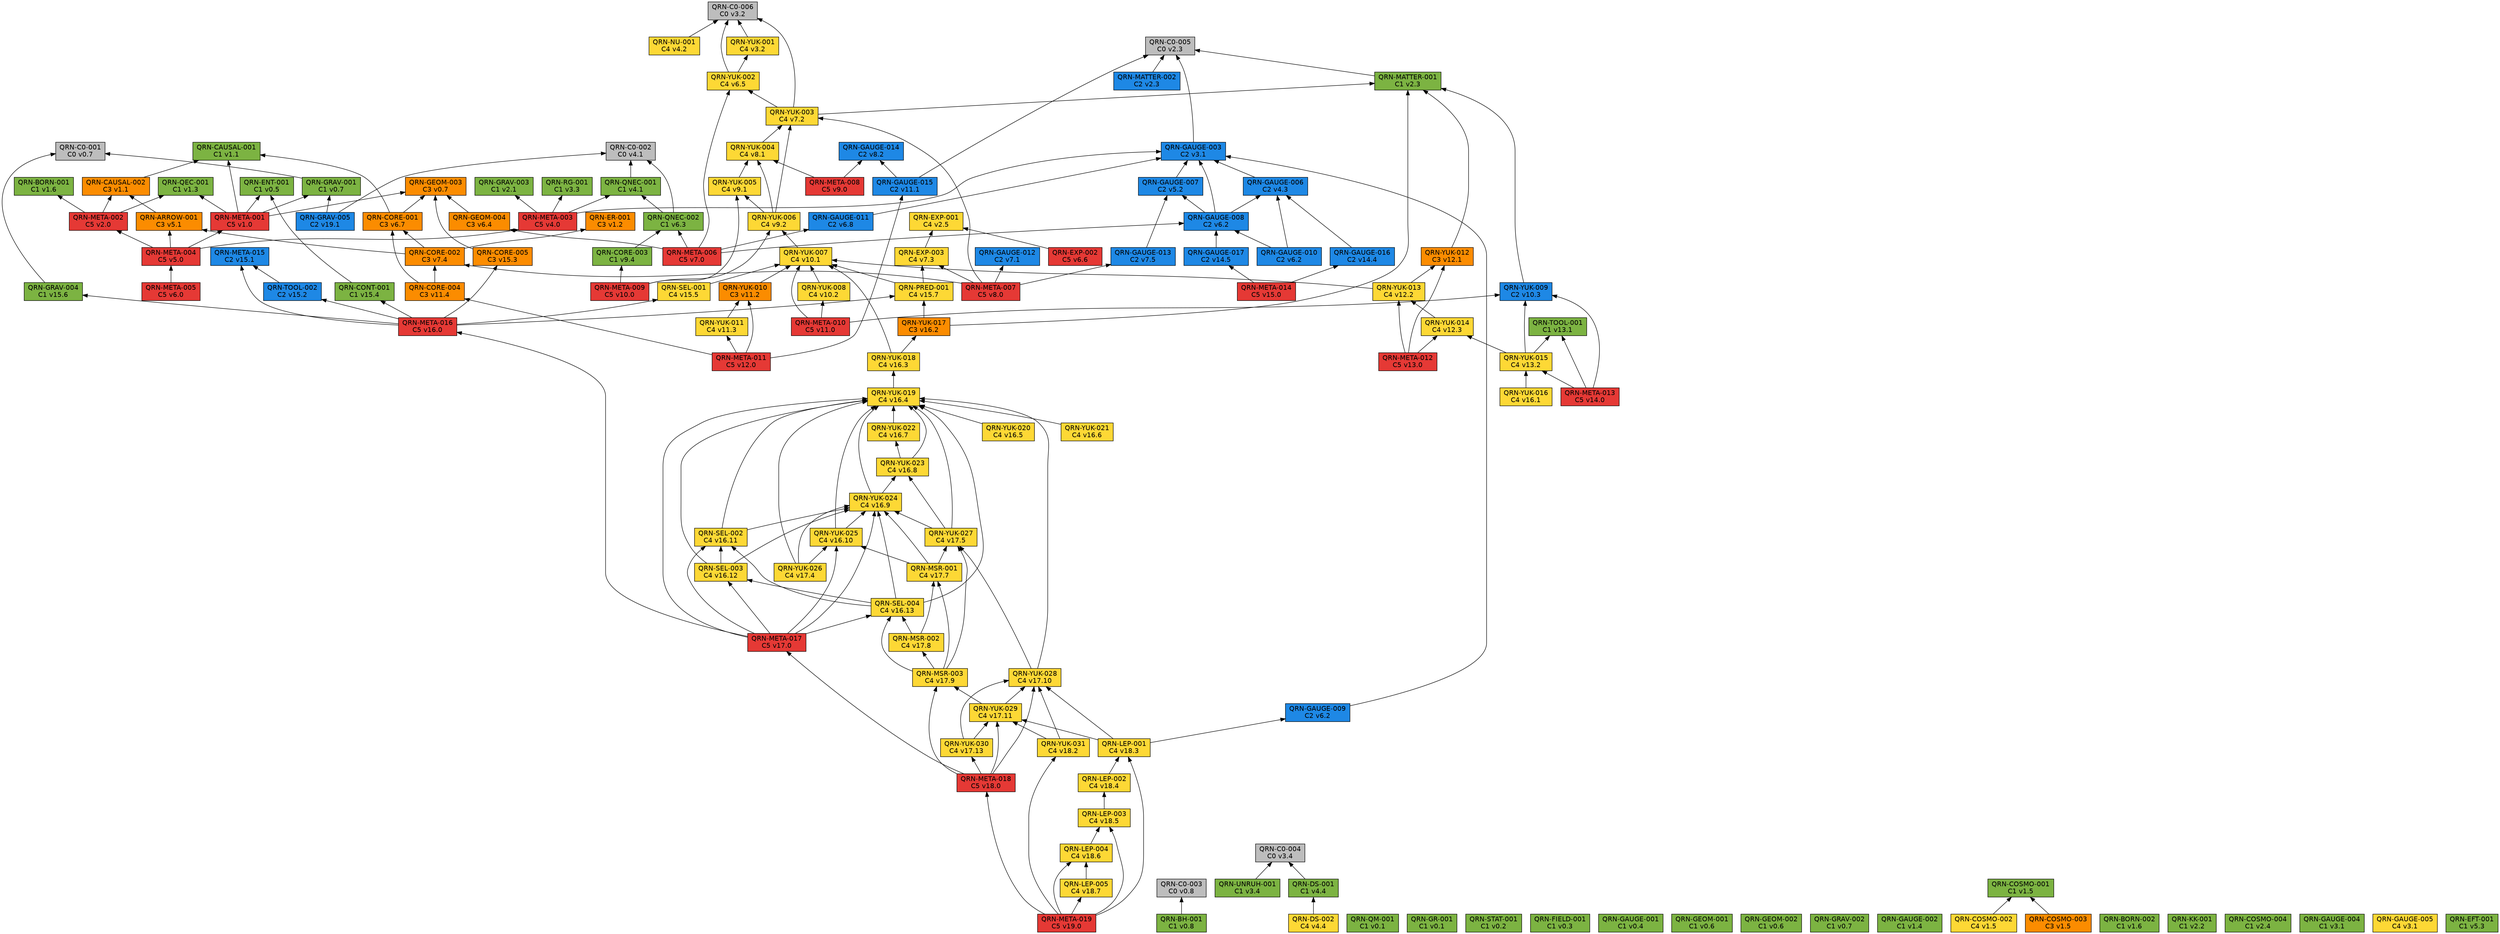
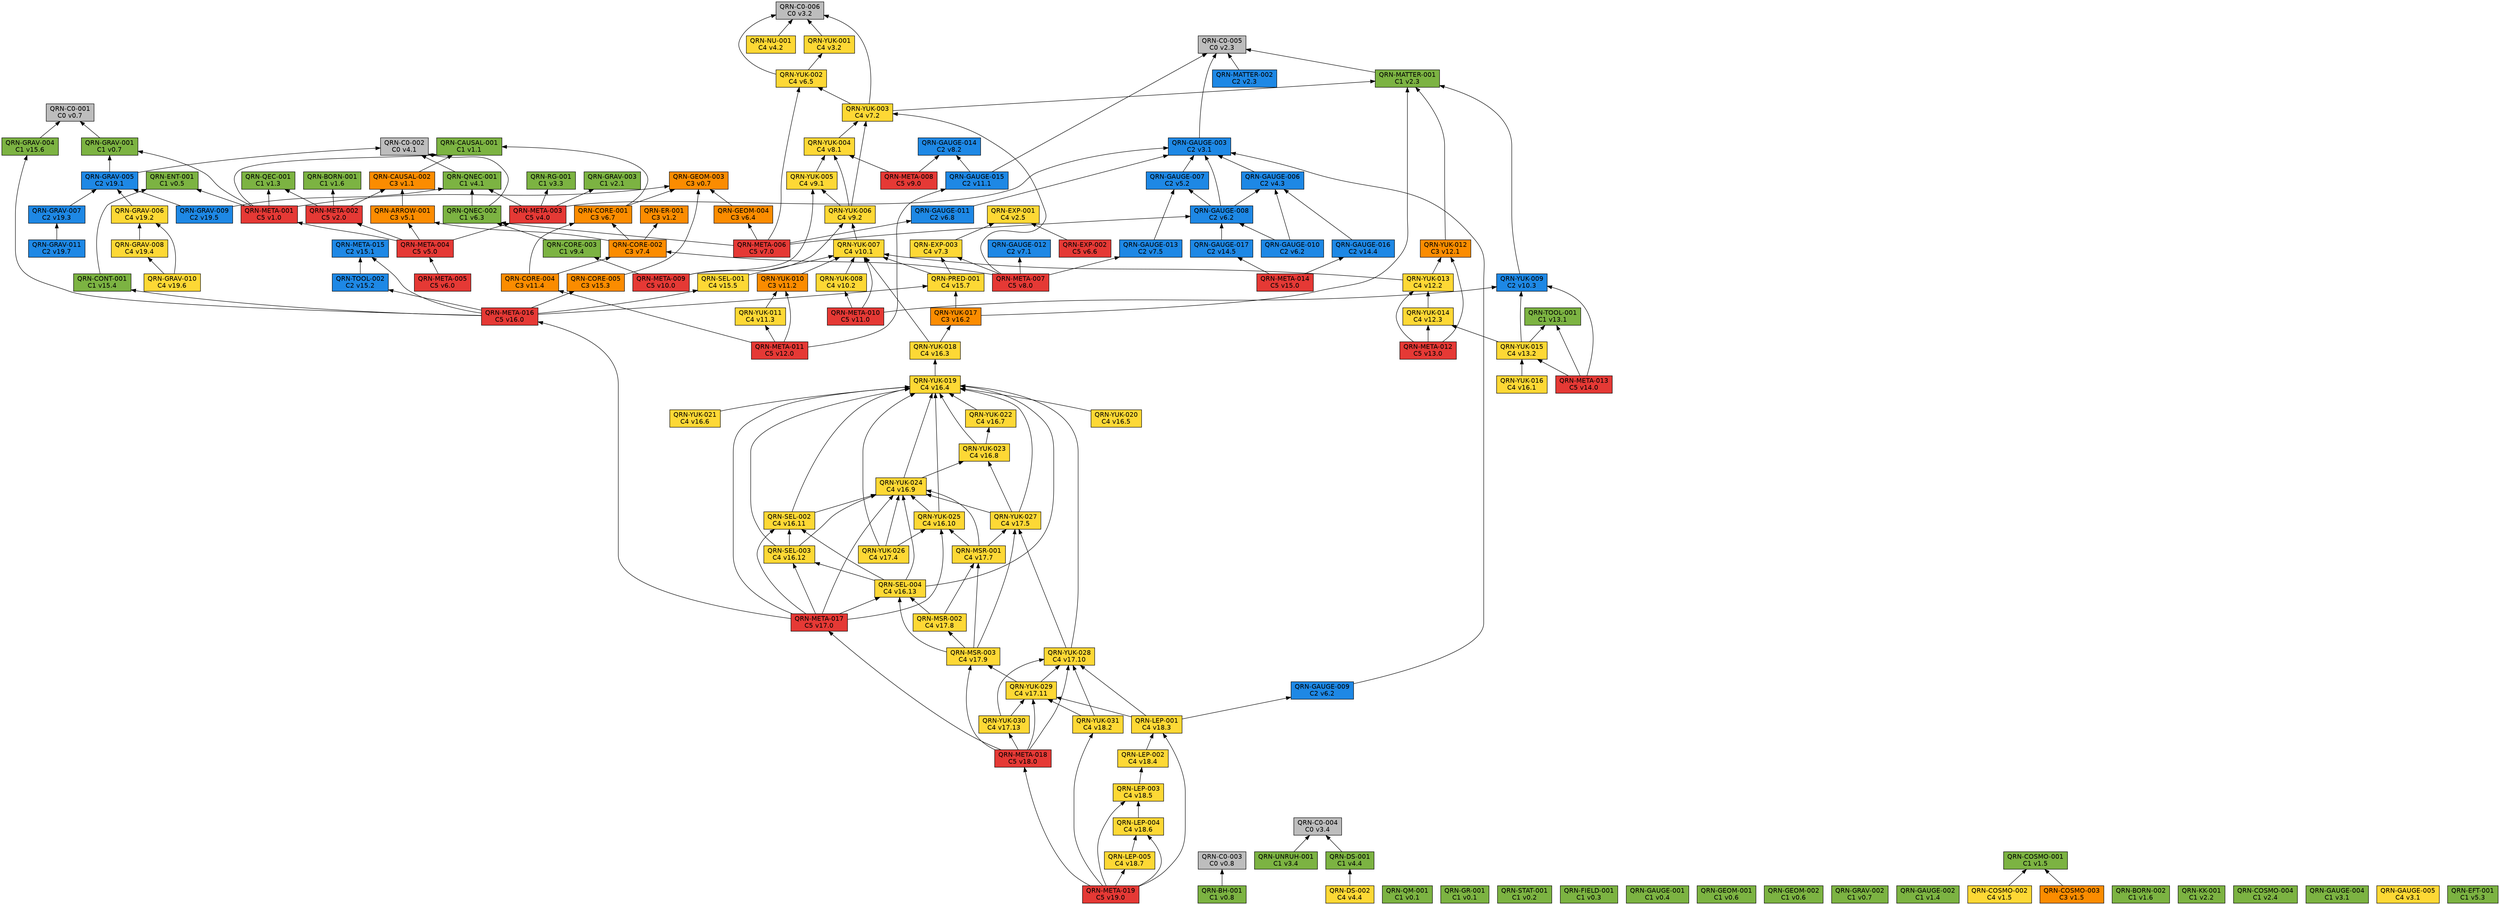
// 自動生成 (dag/report.pl) — QRN 主張依存グラフ
digraph qrn {
  rankdir=BT;
  node [shape=box, style=filled, fontname="Helvetica"];
  "QRN-C0-001" [fillcolor="#bdbdbd", label="QRN-C0-001\nC0 v0.7"];
  "QRN-C0-002" [fillcolor="#bdbdbd", label="QRN-C0-002\nC0 v4.1"];
  "QRN-C0-003" [fillcolor="#bdbdbd", label="QRN-C0-003\nC0 v0.8"];
  "QRN-C0-004" [fillcolor="#bdbdbd", label="QRN-C0-004\nC0 v3.4"];
  "QRN-C0-005" [fillcolor="#bdbdbd", label="QRN-C0-005\nC0 v2.3"];
  "QRN-C0-006" [fillcolor="#bdbdbd", label="QRN-C0-006\nC0 v3.2"];
  "QRN-QM-001" [fillcolor="#7cb342", label="QRN-QM-001\nC1 v0.1"];
  "QRN-GR-001" [fillcolor="#7cb342", label="QRN-GR-001\nC1 v0.1"];
  "QRN-STAT-001" [fillcolor="#7cb342", label="QRN-STAT-001\nC1 v0.2"];
  "QRN-FIELD-001" [fillcolor="#7cb342", label="QRN-FIELD-001\nC1 v0.3"];
  "QRN-GAUGE-001" [fillcolor="#7cb342", label="QRN-GAUGE-001\nC1 v0.4"];
  "QRN-ENT-001" [fillcolor="#7cb342", label="QRN-ENT-001\nC1 v0.5"];
  "QRN-GEOM-001" [fillcolor="#7cb342", label="QRN-GEOM-001\nC1 v0.6"];
  "QRN-GEOM-002" [fillcolor="#7cb342", label="QRN-GEOM-002\nC1 v0.6"];
  "QRN-GEOM-003" [fillcolor="#fb8c00", label="QRN-GEOM-003\nC3 v0.7"];
  "QRN-GRAV-001" [fillcolor="#7cb342", label="QRN-GRAV-001\nC1 v0.7"];
  "QRN-GRAV-002" [fillcolor="#7cb342", label="QRN-GRAV-002\nC1 v0.7"];
  "QRN-BH-001" [fillcolor="#7cb342", label="QRN-BH-001\nC1 v0.8"];
  "QRN-CAUSAL-001" [fillcolor="#7cb342", label="QRN-CAUSAL-001\nC1 v1.1"];
  "QRN-CAUSAL-002" [fillcolor="#fb8c00", label="QRN-CAUSAL-002\nC3 v1.1"];
  "QRN-ER-001" [fillcolor="#fb8c00", label="QRN-ER-001\nC3 v1.2"];
  "QRN-QEC-001" [fillcolor="#7cb342", label="QRN-QEC-001\nC1 v1.3"];
  "QRN-GAUGE-002" [fillcolor="#7cb342", label="QRN-GAUGE-002\nC1 v1.4"];
  "QRN-COSMO-001" [fillcolor="#7cb342", label="QRN-COSMO-001\nC1 v1.5"];
  "QRN-COSMO-002" [fillcolor="#fdd835", label="QRN-COSMO-002\nC4 v1.5"];
  "QRN-COSMO-003" [fillcolor="#fb8c00", label="QRN-COSMO-003\nC3 v1.5"];
  "QRN-BORN-001" [fillcolor="#7cb342", label="QRN-BORN-001\nC1 v1.6"];
  "QRN-BORN-002" [fillcolor="#7cb342", label="QRN-BORN-002\nC1 v1.6"];
  "QRN-GRAV-003" [fillcolor="#7cb342", label="QRN-GRAV-003\nC1 v2.1"];
  "QRN-KK-001" [fillcolor="#7cb342", label="QRN-KK-001\nC1 v2.2"];
  "QRN-MATTER-001" [fillcolor="#7cb342", label="QRN-MATTER-001\nC1 v2.3"];
  "QRN-MATTER-002" [fillcolor="#1e88e5", label="QRN-MATTER-002\nC2 v2.3"];
  "QRN-COSMO-004" [fillcolor="#7cb342", label="QRN-COSMO-004\nC1 v2.4"];
  "QRN-EXP-001" [fillcolor="#fdd835", label="QRN-EXP-001\nC4 v2.5"];
  "QRN-GAUGE-003" [fillcolor="#1e88e5", label="QRN-GAUGE-003\nC2 v3.1"];
  "QRN-GAUGE-004" [fillcolor="#7cb342", label="QRN-GAUGE-004\nC1 v3.1"];
  "QRN-GAUGE-005" [fillcolor="#fdd835", label="QRN-GAUGE-005\nC4 v3.1"];
  "QRN-YUK-001" [fillcolor="#fdd835", label="QRN-YUK-001\nC4 v3.2"];
  "QRN-RG-001" [fillcolor="#7cb342", label="QRN-RG-001\nC1 v3.3"];
  "QRN-UNRUH-001" [fillcolor="#7cb342", label="QRN-UNRUH-001\nC1 v3.4"];
  "QRN-QNEC-001" [fillcolor="#7cb342", label="QRN-QNEC-001\nC1 v4.1"];
  "QRN-NU-001" [fillcolor="#fdd835", label="QRN-NU-001\nC4 v4.2"];
  "QRN-GAUGE-006" [fillcolor="#1e88e5", label="QRN-GAUGE-006\nC2 v4.3"];
  "QRN-DS-001" [fillcolor="#7cb342", label="QRN-DS-001\nC1 v4.4"];
  "QRN-DS-002" [fillcolor="#fdd835", label="QRN-DS-002\nC4 v4.4"];
  "QRN-ARROW-001" [fillcolor="#fb8c00", label="QRN-ARROW-001\nC3 v5.1"];
  "QRN-GAUGE-007" [fillcolor="#1e88e5", label="QRN-GAUGE-007\nC2 v5.2"];
  "QRN-EFT-001" [fillcolor="#7cb342", label="QRN-EFT-001\nC1 v5.3"];
  "QRN-GAUGE-008" [fillcolor="#1e88e5", label="QRN-GAUGE-008\nC2 v6.2"];
  "QRN-GAUGE-009" [fillcolor="#1e88e5", label="QRN-GAUGE-009\nC2 v6.2"];
  "QRN-GAUGE-010" [fillcolor="#1e88e5", label="QRN-GAUGE-010\nC2 v6.2"];
  "QRN-QNEC-002" [fillcolor="#7cb342", label="QRN-QNEC-002\nC1 v6.3"];
  "QRN-GEOM-004" [fillcolor="#fb8c00", label="QRN-GEOM-004\nC3 v6.4"];
  "QRN-YUK-002" [fillcolor="#fdd835", label="QRN-YUK-002\nC4 v6.5"];
  "QRN-EXP-002" [fillcolor="#e53935", label="QRN-EXP-002\nC5 v6.6"];
  "QRN-CORE-001" [fillcolor="#fb8c00", label="QRN-CORE-001\nC3 v6.7"];
  "QRN-GAUGE-011" [fillcolor="#1e88e5", label="QRN-GAUGE-011\nC2 v6.8"];
  "QRN-GAUGE-012" [fillcolor="#1e88e5", label="QRN-GAUGE-012\nC2 v7.1"];
  "QRN-YUK-003" [fillcolor="#fdd835", label="QRN-YUK-003\nC4 v7.2"];
  "QRN-EXP-003" [fillcolor="#fdd835", label="QRN-EXP-003\nC4 v7.3"];
  "QRN-CORE-002" [fillcolor="#fb8c00", label="QRN-CORE-002\nC3 v7.4"];
  "QRN-GAUGE-013" [fillcolor="#1e88e5", label="QRN-GAUGE-013\nC2 v7.5"];
  "QRN-YUK-004" [fillcolor="#fdd835", label="QRN-YUK-004\nC4 v8.1"];
  "QRN-GAUGE-014" [fillcolor="#1e88e5", label="QRN-GAUGE-014\nC2 v8.2"];
  "QRN-META-001" [fillcolor="#e53935", label="QRN-META-001\nC5 v1.0"];
  "QRN-META-002" [fillcolor="#e53935", label="QRN-META-002\nC5 v2.0"];
  "QRN-META-003" [fillcolor="#e53935", label="QRN-META-003\nC5 v4.0"];
  "QRN-META-004" [fillcolor="#e53935", label="QRN-META-004\nC5 v5.0"];
  "QRN-META-005" [fillcolor="#e53935", label="QRN-META-005\nC5 v6.0"];
  "QRN-META-006" [fillcolor="#e53935", label="QRN-META-006\nC5 v7.0"];
  "QRN-META-007" [fillcolor="#e53935", label="QRN-META-007\nC5 v8.0"];
  "QRN-META-008" [fillcolor="#e53935", label="QRN-META-008\nC5 v9.0"];
  "QRN-YUK-005" [fillcolor="#fdd835", label="QRN-YUK-005\nC4 v9.1"];
  "QRN-YUK-006" [fillcolor="#fdd835", label="QRN-YUK-006\nC4 v9.2"];
  "QRN-CORE-003" [fillcolor="#7cb342", label="QRN-CORE-003\nC1 v9.4"];
  "QRN-META-009" [fillcolor="#e53935", label="QRN-META-009\nC5 v10.0"];
  "QRN-YUK-007" [fillcolor="#fdd835", label="QRN-YUK-007\nC4 v10.1"];
  "QRN-YUK-008" [fillcolor="#fdd835", label="QRN-YUK-008\nC4 v10.2"];
  "QRN-YUK-009" [fillcolor="#1e88e5", label="QRN-YUK-009\nC2 v10.3"];
  "QRN-META-010" [fillcolor="#e53935", label="QRN-META-010\nC5 v11.0"];
  "QRN-GAUGE-015" [fillcolor="#1e88e5", label="QRN-GAUGE-015\nC2 v11.1"];
  "QRN-YUK-010" [fillcolor="#fb8c00", label="QRN-YUK-010\nC3 v11.2"];
  "QRN-YUK-011" [fillcolor="#fdd835", label="QRN-YUK-011\nC4 v11.3"];
  "QRN-CORE-004" [fillcolor="#fb8c00", label="QRN-CORE-004\nC3 v11.4"];
  "QRN-META-011" [fillcolor="#e53935", label="QRN-META-011\nC5 v12.0"];
  "QRN-YUK-012" [fillcolor="#fb8c00", label="QRN-YUK-012\nC3 v12.1"];
  "QRN-YUK-013" [fillcolor="#fdd835", label="QRN-YUK-013\nC4 v12.2"];
  "QRN-YUK-014" [fillcolor="#fdd835", label="QRN-YUK-014\nC4 v12.3"];
  "QRN-META-012" [fillcolor="#e53935", label="QRN-META-012\nC5 v13.0"];
  "QRN-TOOL-001" [fillcolor="#7cb342", label="QRN-TOOL-001\nC1 v13.1"];
  "QRN-YUK-015" [fillcolor="#fdd835", label="QRN-YUK-015\nC4 v13.2"];
  "QRN-META-013" [fillcolor="#e53935", label="QRN-META-013\nC5 v14.0"];
  "QRN-GAUGE-016" [fillcolor="#1e88e5", label="QRN-GAUGE-016\nC2 v14.4"];
  "QRN-GAUGE-017" [fillcolor="#1e88e5", label="QRN-GAUGE-017\nC2 v14.5"];
  "QRN-META-014" [fillcolor="#e53935", label="QRN-META-014\nC5 v15.0"];
  "QRN-META-015" [fillcolor="#1e88e5", label="QRN-META-015\nC2 v15.1"];
  "QRN-TOOL-002" [fillcolor="#1e88e5", label="QRN-TOOL-002\nC2 v15.2"];
  "QRN-CORE-005" [fillcolor="#fb8c00", label="QRN-CORE-005\nC3 v15.3"];
  "QRN-CONT-001" [fillcolor="#7cb342", label="QRN-CONT-001\nC1 v15.4"];
  "QRN-SEL-001" [fillcolor="#fdd835", label="QRN-SEL-001\nC4 v15.5"];
  "QRN-GRAV-004" [fillcolor="#7cb342", label="QRN-GRAV-004\nC1 v15.6"];
  "QRN-PRED-001" [fillcolor="#fdd835", label="QRN-PRED-001\nC4 v15.7"];
  "QRN-META-016" [fillcolor="#e53935", label="QRN-META-016\nC5 v16.0"];
  "QRN-YUK-016" [fillcolor="#fdd835", label="QRN-YUK-016\nC4 v16.1"];
  "QRN-YUK-017" [fillcolor="#fb8c00", label="QRN-YUK-017\nC3 v16.2"];
  "QRN-YUK-018" [fillcolor="#fdd835", label="QRN-YUK-018\nC4 v16.3"];
  "QRN-YUK-019" [fillcolor="#fdd835", label="QRN-YUK-019\nC4 v16.4"];
  "QRN-YUK-020" [fillcolor="#fdd835", label="QRN-YUK-020\nC4 v16.5"];
  "QRN-YUK-021" [fillcolor="#fdd835", label="QRN-YUK-021\nC4 v16.6"];
  "QRN-YUK-022" [fillcolor="#fdd835", label="QRN-YUK-022\nC4 v16.7"];
  "QRN-YUK-023" [fillcolor="#fdd835", label="QRN-YUK-023\nC4 v16.8"];
  "QRN-YUK-024" [fillcolor="#fdd835", label="QRN-YUK-024\nC4 v16.9"];
  "QRN-YUK-025" [fillcolor="#fdd835", label="QRN-YUK-025\nC4 v16.10"];
  "QRN-SEL-002" [fillcolor="#fdd835", label="QRN-SEL-002\nC4 v16.11"];
  "QRN-SEL-003" [fillcolor="#fdd835", label="QRN-SEL-003\nC4 v16.12"];
  "QRN-SEL-004" [fillcolor="#fdd835", label="QRN-SEL-004\nC4 v16.13"];
  "QRN-META-017" [fillcolor="#e53935", label="QRN-META-017\nC5 v17.0"];
  "QRN-YUK-026" [fillcolor="#fdd835", label="QRN-YUK-026\nC4 v17.4"];
  "QRN-YUK-027" [fillcolor="#fdd835", label="QRN-YUK-027\nC4 v17.5"];
  "QRN-MSR-001" [fillcolor="#fdd835", label="QRN-MSR-001\nC4 v17.7"];
  "QRN-MSR-002" [fillcolor="#fdd835", label="QRN-MSR-002\nC4 v17.8"];
  "QRN-MSR-003" [fillcolor="#fdd835", label="QRN-MSR-003\nC4 v17.9"];
  "QRN-YUK-028" [fillcolor="#fdd835", label="QRN-YUK-028\nC4 v17.10"];
  "QRN-YUK-029" [fillcolor="#fdd835", label="QRN-YUK-029\nC4 v17.11"];
  "QRN-YUK-030" [fillcolor="#fdd835", label="QRN-YUK-030\nC4 v17.13"];
  "QRN-META-018" [fillcolor="#e53935", label="QRN-META-018\nC5 v18.0"];
  "QRN-YUK-031" [fillcolor="#fdd835", label="QRN-YUK-031\nC4 v18.2"];
  "QRN-LEP-001" [fillcolor="#fdd835", label="QRN-LEP-001\nC4 v18.3"];
  "QRN-LEP-002" [fillcolor="#fdd835", label="QRN-LEP-002\nC4 v18.4"];
  "QRN-LEP-003" [fillcolor="#fdd835", label="QRN-LEP-003\nC4 v18.5"];
  "QRN-LEP-004" [fillcolor="#fdd835", label="QRN-LEP-004\nC4 v18.6"];
  "QRN-LEP-005" [fillcolor="#fdd835", label="QRN-LEP-005\nC4 v18.7"];
  "QRN-META-019" [fillcolor="#e53935", label="QRN-META-019\nC5 v19.0"];
  "QRN-GRAV-005" [fillcolor="#1e88e5", label="QRN-GRAV-005\nC2 v19.1"];
+   "QRN-GRAV-006" [fillcolor="#fdd835", label="QRN-GRAV-006\nC4 v19.2"];
+   "QRN-GRAV-007" [fillcolor="#1e88e5", label="QRN-GRAV-007\nC2 v19.3"];
+   "QRN-GRAV-008" [fillcolor="#fdd835", label="QRN-GRAV-008\nC4 v19.4"];
+   "QRN-GRAV-009" [fillcolor="#1e88e5", label="QRN-GRAV-009\nC2 v19.5"];
+   "QRN-GRAV-010" [fillcolor="#fdd835", label="QRN-GRAV-010\nC4 v19.6"];
+   "QRN-GRAV-011" [fillcolor="#1e88e5", label="QRN-GRAV-011\nC2 v19.7"];
  "QRN-GRAV-001" -> "QRN-C0-001";
  "QRN-BH-001" -> "QRN-C0-003";
  "QRN-CAUSAL-002" -> "QRN-CAUSAL-001";
  "QRN-COSMO-002" -> "QRN-COSMO-001";
  "QRN-COSMO-003" -> "QRN-COSMO-001";
  "QRN-MATTER-001" -> "QRN-C0-005";
  "QRN-MATTER-002" -> "QRN-C0-005";
  "QRN-GAUGE-003" -> "QRN-C0-005";
  "QRN-YUK-001" -> "QRN-C0-006";
  "QRN-UNRUH-001" -> "QRN-C0-004";
  "QRN-QNEC-001" -> "QRN-C0-002";
  "QRN-NU-001" -> "QRN-C0-006";
  "QRN-GAUGE-006" -> "QRN-GAUGE-003";
  "QRN-DS-001" -> "QRN-C0-004";
  "QRN-DS-002" -> "QRN-DS-001";
  "QRN-ARROW-001" -> "QRN-CAUSAL-002";
  "QRN-GAUGE-007" -> "QRN-GAUGE-003";
  "QRN-GAUGE-008" -> "QRN-GAUGE-003";
  "QRN-GAUGE-008" -> "QRN-GAUGE-006";
  "QRN-GAUGE-008" -> "QRN-GAUGE-007";
  "QRN-GAUGE-009" -> "QRN-GAUGE-003";
  "QRN-GAUGE-010" -> "QRN-GAUGE-006";
  "QRN-GAUGE-010" -> "QRN-GAUGE-008";
  "QRN-QNEC-002" -> "QRN-C0-002";
  "QRN-QNEC-002" -> "QRN-QNEC-001";
  "QRN-GEOM-004" -> "QRN-GEOM-003";
  "QRN-YUK-002" -> "QRN-C0-006";
  "QRN-YUK-002" -> "QRN-YUK-001";
  "QRN-EXP-002" -> "QRN-EXP-001";
  "QRN-CORE-001" -> "QRN-GEOM-003";
  "QRN-CORE-001" -> "QRN-CAUSAL-001";
  "QRN-GAUGE-011" -> "QRN-GAUGE-003";
  "QRN-YUK-003" -> "QRN-C0-006";
  "QRN-YUK-003" -> "QRN-MATTER-001";
  "QRN-YUK-003" -> "QRN-YUK-002";
  "QRN-EXP-003" -> "QRN-EXP-001";
  "QRN-CORE-002" -> "QRN-CORE-001";
  "QRN-CORE-002" -> "QRN-ER-001";
  "QRN-CORE-002" -> "QRN-ARROW-001";
  "QRN-GAUGE-013" -> "QRN-GAUGE-007";
  "QRN-YUK-004" -> "QRN-YUK-003";
  "QRN-META-001" -> "QRN-GEOM-003";
  "QRN-META-001" -> "QRN-GRAV-001";
  "QRN-META-001" -> "QRN-CAUSAL-001";
  "QRN-META-001" -> "QRN-QEC-001";
  "QRN-META-001" -> "QRN-ENT-001";
  "QRN-META-002" -> "QRN-QEC-001";
  "QRN-META-002" -> "QRN-BORN-001";
  "QRN-META-002" -> "QRN-CAUSAL-002";
  "QRN-META-003" -> "QRN-GAUGE-003";
  "QRN-META-003" -> "QRN-RG-001";
  "QRN-META-003" -> "QRN-QNEC-001";
  "QRN-META-003" -> "QRN-GRAV-003";
  "QRN-META-004" -> "QRN-META-001";
  "QRN-META-004" -> "QRN-META-002";
  "QRN-META-004" -> "QRN-META-003";
  "QRN-META-004" -> "QRN-ARROW-001";
  "QRN-META-005" -> "QRN-META-004";
  "QRN-META-006" -> "QRN-GAUGE-008";
  "QRN-META-006" -> "QRN-QNEC-002";
  "QRN-META-006" -> "QRN-GEOM-004";
  "QRN-META-006" -> "QRN-YUK-002";
  "QRN-META-006" -> "QRN-GAUGE-011";
  "QRN-META-007" -> "QRN-GAUGE-012";
  "QRN-META-007" -> "QRN-YUK-003";
  "QRN-META-007" -> "QRN-EXP-003";
  "QRN-META-007" -> "QRN-CORE-002";
  "QRN-META-007" -> "QRN-GAUGE-013";
  "QRN-META-008" -> "QRN-YUK-004";
  "QRN-META-008" -> "QRN-GAUGE-014";
  "QRN-YUK-005" -> "QRN-YUK-004";
  "QRN-YUK-006" -> "QRN-YUK-003";
  "QRN-YUK-006" -> "QRN-YUK-004";
  "QRN-YUK-006" -> "QRN-YUK-005";
  "QRN-CORE-003" -> "QRN-QNEC-002";
  "QRN-META-009" -> "QRN-YUK-005";
  "QRN-META-009" -> "QRN-YUK-006";
  "QRN-META-009" -> "QRN-CORE-003";
  "QRN-YUK-007" -> "QRN-YUK-006";
  "QRN-YUK-008" -> "QRN-YUK-007";
  "QRN-YUK-009" -> "QRN-MATTER-001";
  "QRN-META-010" -> "QRN-YUK-007";
  "QRN-META-010" -> "QRN-YUK-008";
  "QRN-META-010" -> "QRN-YUK-009";
  "QRN-GAUGE-015" -> "QRN-C0-005";
  "QRN-GAUGE-015" -> "QRN-GAUGE-014";
  "QRN-YUK-010" -> "QRN-YUK-007";
  "QRN-YUK-011" -> "QRN-YUK-010";
  "QRN-CORE-004" -> "QRN-CORE-001";
  "QRN-CORE-004" -> "QRN-CORE-002";
  "QRN-META-011" -> "QRN-GAUGE-015";
  "QRN-META-011" -> "QRN-YUK-010";
  "QRN-META-011" -> "QRN-YUK-011";
  "QRN-META-011" -> "QRN-CORE-004";
  "QRN-YUK-012" -> "QRN-MATTER-001";
  "QRN-YUK-013" -> "QRN-YUK-012";
  "QRN-YUK-013" -> "QRN-YUK-007";
  "QRN-YUK-014" -> "QRN-YUK-013";
  "QRN-META-012" -> "QRN-YUK-012";
  "QRN-META-012" -> "QRN-YUK-013";
  "QRN-META-012" -> "QRN-YUK-014";
  "QRN-YUK-015" -> "QRN-YUK-014";
  "QRN-YUK-015" -> "QRN-TOOL-001";
  "QRN-YUK-015" -> "QRN-YUK-009";
  "QRN-META-013" -> "QRN-YUK-015";
  "QRN-META-013" -> "QRN-TOOL-001";
  "QRN-META-013" -> "QRN-YUK-009";
  "QRN-GAUGE-016" -> "QRN-GAUGE-006";
  "QRN-GAUGE-017" -> "QRN-GAUGE-008";
  "QRN-META-014" -> "QRN-GAUGE-016";
  "QRN-META-014" -> "QRN-GAUGE-017";
  "QRN-TOOL-002" -> "QRN-META-015";
  "QRN-CORE-005" -> "QRN-GEOM-003";
  "QRN-CONT-001" -> "QRN-ENT-001";
  "QRN-SEL-001" -> "QRN-YUK-007";
  "QRN-GRAV-004" -> "QRN-C0-001";
  "QRN-PRED-001" -> "QRN-YUK-007";
  "QRN-PRED-001" -> "QRN-EXP-003";
  "QRN-META-016" -> "QRN-META-015";
  "QRN-META-016" -> "QRN-TOOL-002";
  "QRN-META-016" -> "QRN-CORE-005";
  "QRN-META-016" -> "QRN-CONT-001";
  "QRN-META-016" -> "QRN-SEL-001";
  "QRN-META-016" -> "QRN-GRAV-004";
  "QRN-META-016" -> "QRN-PRED-001";
  "QRN-YUK-016" -> "QRN-YUK-015";
  "QRN-YUK-017" -> "QRN-MATTER-001";
  "QRN-YUK-017" -> "QRN-PRED-001";
  "QRN-YUK-018" -> "QRN-YUK-017";
  "QRN-YUK-018" -> "QRN-YUK-007";
  "QRN-YUK-019" -> "QRN-YUK-018";
  "QRN-YUK-020" -> "QRN-YUK-019";
  "QRN-YUK-021" -> "QRN-YUK-019";
  "QRN-YUK-022" -> "QRN-YUK-019";
  "QRN-YUK-023" -> "QRN-YUK-019";
  "QRN-YUK-023" -> "QRN-YUK-022";
  "QRN-YUK-024" -> "QRN-YUK-019";
  "QRN-YUK-024" -> "QRN-YUK-023";
  "QRN-YUK-025" -> "QRN-YUK-019";
  "QRN-YUK-025" -> "QRN-YUK-024";
  "QRN-SEL-002" -> "QRN-YUK-019";
  "QRN-SEL-002" -> "QRN-YUK-024";
  "QRN-SEL-003" -> "QRN-YUK-019";
  "QRN-SEL-003" -> "QRN-YUK-024";
  "QRN-SEL-003" -> "QRN-SEL-002";
  "QRN-SEL-004" -> "QRN-YUK-019";
  "QRN-SEL-004" -> "QRN-YUK-024";
  "QRN-SEL-004" -> "QRN-SEL-002";
  "QRN-SEL-004" -> "QRN-SEL-003";
  "QRN-META-017" -> "QRN-META-016";
  "QRN-META-017" -> "QRN-YUK-019";
  "QRN-META-017" -> "QRN-YUK-024";
  "QRN-META-017" -> "QRN-YUK-025";
  "QRN-META-017" -> "QRN-SEL-002";
  "QRN-META-017" -> "QRN-SEL-003";
  "QRN-META-017" -> "QRN-SEL-004";
  "QRN-YUK-026" -> "QRN-YUK-019";
  "QRN-YUK-026" -> "QRN-YUK-024";
  "QRN-YUK-026" -> "QRN-YUK-025";
  "QRN-YUK-027" -> "QRN-YUK-019";
  "QRN-YUK-027" -> "QRN-YUK-023";
  "QRN-YUK-027" -> "QRN-YUK-024";
  "QRN-MSR-001" -> "QRN-YUK-024";
  "QRN-MSR-001" -> "QRN-YUK-025";
  "QRN-MSR-001" -> "QRN-YUK-027";
  "QRN-MSR-002" -> "QRN-SEL-004";
  "QRN-MSR-002" -> "QRN-MSR-001";
  "QRN-MSR-003" -> "QRN-MSR-001";
  "QRN-MSR-003" -> "QRN-MSR-002";
  "QRN-MSR-003" -> "QRN-SEL-004";
  "QRN-MSR-003" -> "QRN-YUK-027";
  "QRN-YUK-028" -> "QRN-YUK-019";
  "QRN-YUK-028" -> "QRN-YUK-027";
  "QRN-YUK-029" -> "QRN-YUK-028";
  "QRN-YUK-029" -> "QRN-MSR-003";
  "QRN-YUK-030" -> "QRN-YUK-028";
  "QRN-YUK-030" -> "QRN-YUK-029";
  "QRN-META-018" -> "QRN-META-017";
  "QRN-META-018" -> "QRN-MSR-003";
  "QRN-META-018" -> "QRN-YUK-028";
  "QRN-META-018" -> "QRN-YUK-029";
  "QRN-META-018" -> "QRN-YUK-030";
  "QRN-YUK-031" -> "QRN-YUK-028";
  "QRN-YUK-031" -> "QRN-YUK-029";
  "QRN-LEP-001" -> "QRN-YUK-028";
  "QRN-LEP-001" -> "QRN-YUK-029";
  "QRN-LEP-001" -> "QRN-GAUGE-009";
  "QRN-LEP-002" -> "QRN-LEP-001";
  "QRN-LEP-003" -> "QRN-LEP-002";
  "QRN-LEP-004" -> "QRN-LEP-003";
  "QRN-LEP-005" -> "QRN-LEP-004";
  "QRN-META-019" -> "QRN-META-018";
  "QRN-META-019" -> "QRN-YUK-031";
  "QRN-META-019" -> "QRN-LEP-001";
  "QRN-META-019" -> "QRN-LEP-003";
  "QRN-META-019" -> "QRN-LEP-004";
  "QRN-META-019" -> "QRN-LEP-005";
  "QRN-GRAV-005" -> "QRN-C0-002";
  "QRN-GRAV-005" -> "QRN-GRAV-001";
+   "QRN-GRAV-006" -> "QRN-GRAV-005";
+   "QRN-GRAV-007" -> "QRN-GRAV-005";
+   "QRN-GRAV-008" -> "QRN-GRAV-006";
+   "QRN-GRAV-009" -> "QRN-GRAV-005";
+   "QRN-GRAV-009" -> "QRN-QNEC-001";
+   "QRN-GRAV-010" -> "QRN-GRAV-006";
+   "QRN-GRAV-010" -> "QRN-GRAV-008";
+   "QRN-GRAV-011" -> "QRN-GRAV-007";
}
